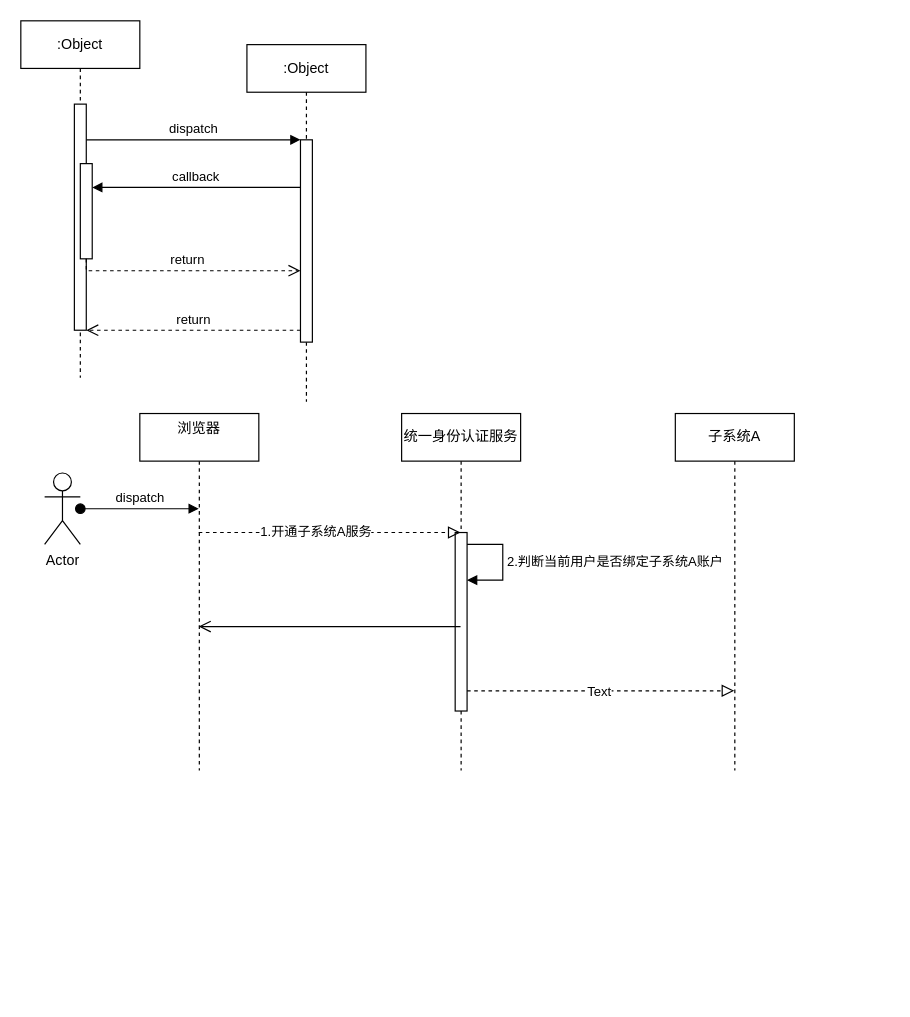
Above: sso绑定.drawio in BullLife/daw.io (draw.io), before the change. Source tidied: cells renumbered, new cells numbered last; positions are measured from the earlier drawing's top-left corner, leaving out a move shared by most shapes. Both pictures are drawn from the tidied source at 119%, with x=0, y=0 at pixel (20, 20).
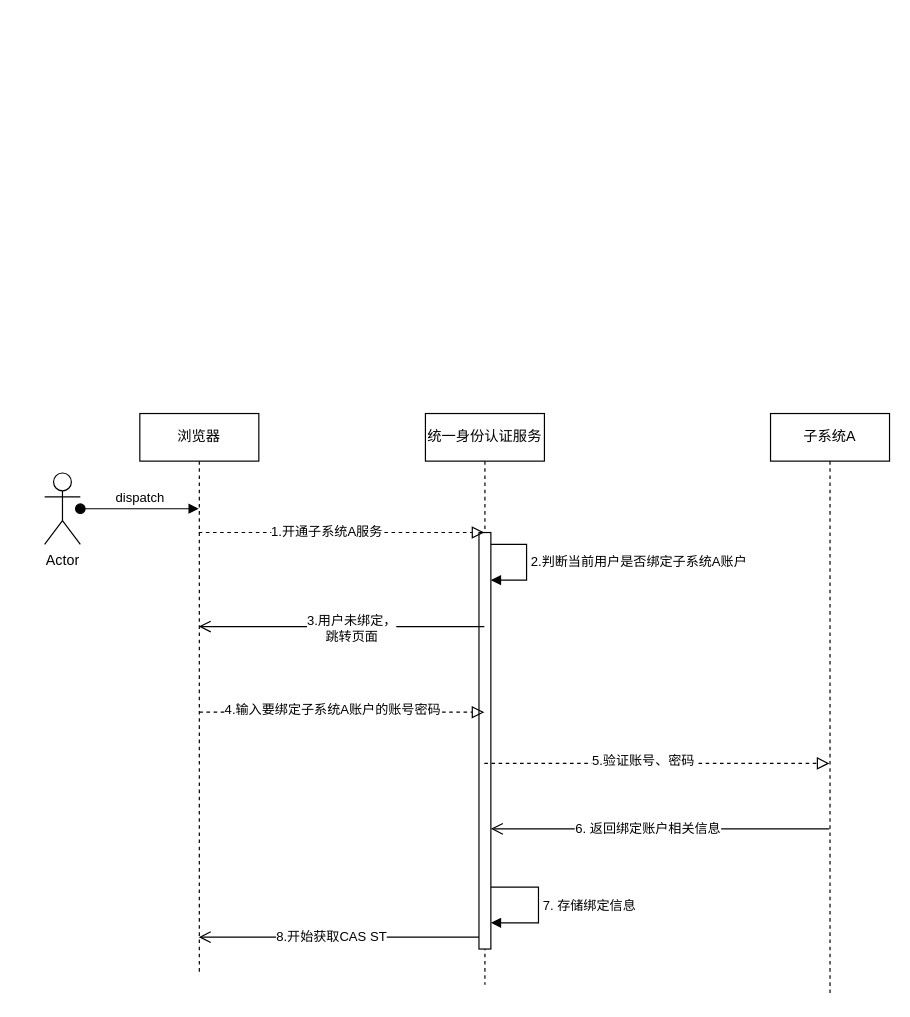
The same diagram, later.

Diff of the diagram source:
```diff
@@
-    <mxCell id="2" value=":Object" style="shape=umlLifeline;perimeter=lifelinePerimeter;whiteSpace=wrap;html=1;newEdgeStyle={&quot;edgeStyle&quot;:&quot;elbowEdgeStyle&quot;,&quot;elbow&quot;:&quot;vertical&quot;,&quot;curved&quot;:0,&quot;rounded&quot;:0};" parent="1" vertex="1">
-      <mxGeometry width="100" height="300" as="geometry" />
-    </mxCell>
-    <mxCell id="3" style="html=1;points=[];perimeter=orthogonalPerimeter;outlineConnect=0;targetShapes=umlLifeline;portConstraint=eastwest;newEdgeStyle={&quot;edgeStyle&quot;:&quot;elbowEdgeStyle&quot;,&quot;elbow&quot;:&quot;vertical&quot;,&quot;curved&quot;:0,&quot;rounded&quot;:0};" parent="2" vertex="1">
-      <mxGeometry x="45" y="70" width="10" height="190" as="geometry" />
-    </mxCell>
-    <mxCell id="4" style="html=1;points=[];perimeter=orthogonalPerimeter;outlineConnect=0;targetShapes=umlLifeline;portConstraint=eastwest;newEdgeStyle={&quot;edgeStyle&quot;:&quot;elbowEdgeStyle&quot;,&quot;elbow&quot;:&quot;vertical&quot;,&quot;curved&quot;:0,&quot;rounded&quot;:0};" parent="2" vertex="1">
-      <mxGeometry x="50" y="120" width="10" height="80" as="geometry" />
-    </mxCell>
-    <mxCell id="5" value=":Object" style="shape=umlLifeline;perimeter=lifelinePerimeter;whiteSpace=wrap;html=1;newEdgeStyle={&quot;edgeStyle&quot;:&quot;elbowEdgeStyle&quot;,&quot;elbow&quot;:&quot;vertical&quot;,&quot;curved&quot;:0,&quot;rounded&quot;:0};" parent="1" vertex="1">
-      <mxGeometry x="190" y="20" width="100" height="300" as="geometry" />
-    </mxCell>
-    <mxCell id="6" style="html=1;points=[];perimeter=orthogonalPerimeter;outlineConnect=0;targetShapes=umlLifeline;portConstraint=eastwest;newEdgeStyle={&quot;edgeStyle&quot;:&quot;elbowEdgeStyle&quot;,&quot;elbow&quot;:&quot;vertical&quot;,&quot;curved&quot;:0,&quot;rounded&quot;:0};" parent="5" vertex="1">
-      <mxGeometry x="45" y="80" width="10" height="170" as="geometry" />
-    </mxCell>
-    <mxCell id="7" value="dispatch" style="html=1;verticalAlign=bottom;endArrow=block;edgeStyle=elbowEdgeStyle;elbow=vertical;curved=0;rounded=0;" parent="1" edge="1" source="3" target="6">
-      <mxGeometry relative="1" as="geometry">
-        <Array as="points">
-          <mxPoint x="150" y="100" />
-        </Array>
-      </mxGeometry>
-    </mxCell>
-    <mxCell id="8" value="return" style="html=1;verticalAlign=bottom;endArrow=open;dashed=1;endSize=8;edgeStyle=elbowEdgeStyle;elbow=vertical;curved=0;rounded=0;" parent="1" edge="1" source="6" target="3">
-      <mxGeometry relative="1" as="geometry">
-        <Array as="points">
-          <mxPoint x="160" y="260" />
-        </Array>
-      </mxGeometry>
-    </mxCell>
-    <mxCell id="9" value="callback" style="html=1;verticalAlign=bottom;endArrow=block;edgeStyle=elbowEdgeStyle;elbow=vertical;curved=0;rounded=0;" parent="1" edge="1" source="6" target="4">
-      <mxGeometry relative="1" as="geometry">
-        <Array as="points">
-          <mxPoint x="160" y="140" />
-        </Array>
-      </mxGeometry>
-    </mxCell>
-    <mxCell id="10" value="return" style="html=1;verticalAlign=bottom;endArrow=open;dashed=1;endSize=8;edgeStyle=elbowEdgeStyle;elbow=vertical;curved=0;rounded=0;" parent="1" edge="1" source="4" target="6">
-      <mxGeometry relative="1" as="geometry">
-        <Array as="points">
-          <mxPoint x="150" y="210" />
-        </Array>
-      </mxGeometry>
-    </mxCell>
@@
     <mxCell id="12" value="统一身份认证服务" style="shape=umlLifeline;perimeter=lifelinePerimeter;whiteSpace=wrap;html=1;outlineConnect=0;portConstraint=eastwest;newEdgeStyle={&quot;edgeStyle&quot;:&quot;elbowEdgeStyle&quot;,&quot;elbow&quot;:&quot;vertical&quot;,&quot;curved&quot;:0,&quot;rounded&quot;:0};" parent="1" vertex="1">
-      <mxGeometry x="320" y="330" width="100" height="300" as="geometry" />
+      <mxGeometry x="340" y="330" width="100" height="480" as="geometry" />
     </mxCell>
     <mxCell id="13" style="html=1;points=[];perimeter=orthogonalPerimeter;outlineConnect=0;targetShapes=umlLifeline;portConstraint=eastwest;newEdgeStyle={&quot;edgeStyle&quot;:&quot;elbowEdgeStyle&quot;,&quot;elbow&quot;:&quot;vertical&quot;,&quot;curved&quot;:0,&quot;rounded&quot;:0};" parent="12" vertex="1">
-      <mxGeometry x="45" y="100" width="10" height="150" as="geometry" />
+      <mxGeometry x="45" y="100" width="10" height="350" as="geometry" />
     </mxCell>
@@
+    <mxCell id="23" value="7. 存储绑定信息" style="html=1;align=left;spacingLeft=2;endArrow=block;rounded=0;edgeStyle=orthogonalEdgeStyle;curved=0;rounded=0;" parent="12" edge="1">
+      <mxGeometry x="0.01" relative="1" as="geometry">
+        <mxPoint x="55" y="398" as="sourcePoint" />
+        <mxPoint x="55" y="428" as="targetPoint" />
+        <Array as="points">
+          <mxPoint x="95" y="398" />
+          <mxPoint x="95" y="428" />
+        </Array>
+      </mxGeometry>
+    </mxCell>
@@
     <mxCell id="17" value="子系统A" style="shape=umlLifeline;perimeter=lifelinePerimeter;whiteSpace=wrap;html=1;newEdgeStyle={&quot;edgeStyle&quot;:&quot;elbowEdgeStyle&quot;,&quot;elbow&quot;:&quot;vertical&quot;,&quot;curved&quot;:0,&quot;rounded&quot;:0};" parent="1" vertex="1">
-      <mxGeometry x="550" y="330" width="100" height="300" as="geometry" />
+      <mxGeometry x="630" y="330" width="100" height="490" as="geometry" />
     </mxCell>
-    <mxCell id="18" value="浏览器&lt;div&gt;&lt;br&gt;&lt;/div&gt;" style="shape=umlLifeline;perimeter=lifelinePerimeter;whiteSpace=wrap;html=1;outlineConnect=0;portConstraint=eastwest;newEdgeStyle={&quot;edgeStyle&quot;:&quot;elbowEdgeStyle&quot;,&quot;elbow&quot;:&quot;vertical&quot;,&quot;curved&quot;:0,&quot;rounded&quot;:0};" parent="1" vertex="1">
-      <mxGeometry x="100" y="330" width="100" height="300" as="geometry" />
+    <mxCell id="18" value="&lt;div&gt;浏览器&lt;/div&gt;" style="shape=umlLifeline;perimeter=lifelinePerimeter;whiteSpace=wrap;html=1;outlineConnect=0;portConstraint=eastwest;newEdgeStyle={&quot;edgeStyle&quot;:&quot;elbowEdgeStyle&quot;,&quot;elbow&quot;:&quot;vertical&quot;,&quot;curved&quot;:0,&quot;rounded&quot;:0};" parent="1" vertex="1">
+      <mxGeometry x="100" y="330" width="100" height="470" as="geometry" />
     </mxCell>
-    <mxCell id="19" style="endArrow=block;startArrow=none;endFill=0;startFill=0;endSize=8;html=1;verticalAlign=bottom;dashed=1;labelBackgroundColor=none;rounded=0;" parent="1" edge="1" source="13">
+    <mxCell id="19" style="endArrow=block;startArrow=none;endFill=0;startFill=0;endSize=8;html=1;verticalAlign=bottom;dashed=1;labelBackgroundColor=none;rounded=0;" parent="1" edge="1">
       <mxGeometry relative="1" as="geometry">
-        <mxPoint x="599.5" y="563" as="targetPoint" />
+        <mxPoint x="389.5" y="624" as="sourcePoint" />
+        <mxPoint x="679.5" y="624" as="targetPoint" />
       </mxGeometry>
     </mxCell>
-    <mxCell id="20" value="Text" style="edgeLabel;html=1;align=center;verticalAlign=middle;" parent="19" vertex="1">
-      <mxGeometry x="-0.02" relative="1" as="geometry" />
-    </mxCell>
+    <mxCell id="24" value="5.验证账号、密码" style="edgeLabel;html=1;align=center;verticalAlign=middle;" parent="19" vertex="1">
+      <mxGeometry x="-0.09" y="3" relative="1" as="geometry">
+        <mxPoint x="1" as="offset" />
+      </mxGeometry>
+    </mxCell>
@@
-    <mxCell id="22" style="endArrow=open;startArrow=none;endFill=0;startFill=0;endSize=8;html=1;verticalAlign=bottom;labelBackgroundColor=none;strokeWidth=1;rounded=0;" parent="1" edge="1">
+    <mxCell id="22" style="endArrow=open;startArrow=none;endFill=0;startFill=0;endSize=8;html=1;verticalAlign=bottom;labelBackgroundColor=none;strokeWidth=1;rounded=0;" parent="1" edge="1" source="12">
       <mxGeometry relative="1" as="geometry">
-        <mxPoint x="369.5" y="509" as="sourcePoint" />
         <mxPoint x="149.5" y="509" as="targetPoint" />
       </mxGeometry>
     </mxCell>
+    <mxCell id="25" value="3.用户未绑定，&lt;br&gt;跳转页面" style="edgeLabel;html=1;align=center;verticalAlign=middle;" parent="22" vertex="1">
+      <mxGeometry x="0.24" y="1" relative="1" as="geometry">
+        <mxPoint x="37" as="offset" />
+      </mxGeometry>
+    </mxCell>
+    <mxCell id="26" style="endArrow=block;startArrow=none;endFill=0;startFill=0;endSize=8;html=1;verticalAlign=bottom;dashed=1;labelBackgroundColor=none;rounded=0;" parent="1" edge="1">
+      <mxGeometry relative="1" as="geometry">
+        <mxPoint x="150" y="581" as="sourcePoint" />
+        <mxPoint x="389.5" y="581" as="targetPoint" />
+      </mxGeometry>
+    </mxCell>
+    <mxCell id="27" value="4.输入要绑定子系统A账户的账号密码" style="edgeLabel;html=1;align=center;verticalAlign=middle;" parent="26" vertex="1">
+      <mxGeometry x="-0.27" y="2" relative="1" as="geometry">
+        <mxPoint x="24" y="-1" as="offset" />
+      </mxGeometry>
+    </mxCell>
+    <mxCell id="28" style="endArrow=open;startArrow=none;endFill=0;startFill=0;endSize=8;html=1;verticalAlign=bottom;labelBackgroundColor=none;strokeWidth=1;rounded=0;" parent="1" edge="1">
+      <mxGeometry relative="1" as="geometry">
+        <mxPoint x="679.5" y="679" as="sourcePoint" />
+        <mxPoint x="395" y="679" as="targetPoint" />
+        <Array as="points">
+          <mxPoint x="600" y="679" />
+        </Array>
+      </mxGeometry>
+    </mxCell>
+    <mxCell id="29" value="6. 返回绑定账户相关信息" style="edgeLabel;html=1;align=center;verticalAlign=middle;" parent="28" vertex="1">
+      <mxGeometry x="0.24" y="4" relative="1" as="geometry">
+        <mxPoint x="23" y="-5" as="offset" />
+      </mxGeometry>
+    </mxCell>
+    <mxCell id="30" style="endArrow=open;startArrow=none;endFill=0;startFill=0;endSize=8;html=1;verticalAlign=bottom;labelBackgroundColor=none;strokeWidth=1;rounded=0;" parent="1" edge="1">
+      <mxGeometry relative="1" as="geometry">
+        <mxPoint x="385" y="770" as="sourcePoint" />
+        <mxPoint x="149.5" y="770" as="targetPoint" />
+      </mxGeometry>
+    </mxCell>
+    <mxCell id="31" value="8.开始获取CAS ST" style="edgeLabel;html=1;align=center;verticalAlign=middle;" parent="30" vertex="1">
+      <mxGeometry x="0.06" y="-1" relative="1" as="geometry" />
+    </mxCell>
```
